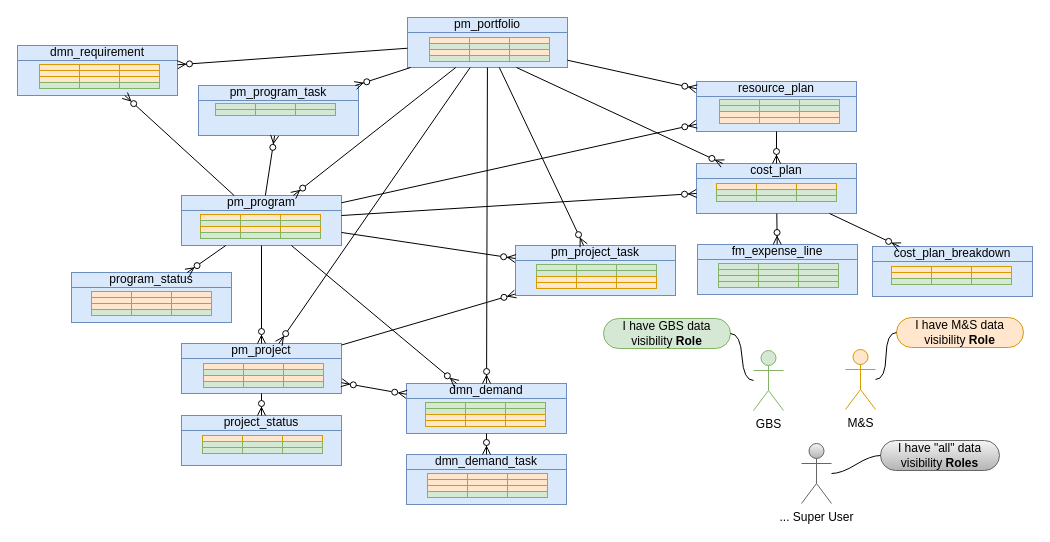
algimas/tmp keeps this draw.io diagram as page "conceptV1" (3 of 10) of JTI_product.drawio. Above is the earlier version. Source tidied: cells renumbered, new cells numbered last; positions are measured from the earlier drawing's top-left corner, leaving out a move shared by most shapes. Both pictures are drawn from the tidied source at 100%, with x=0, y=0 at pixel (17, 17).
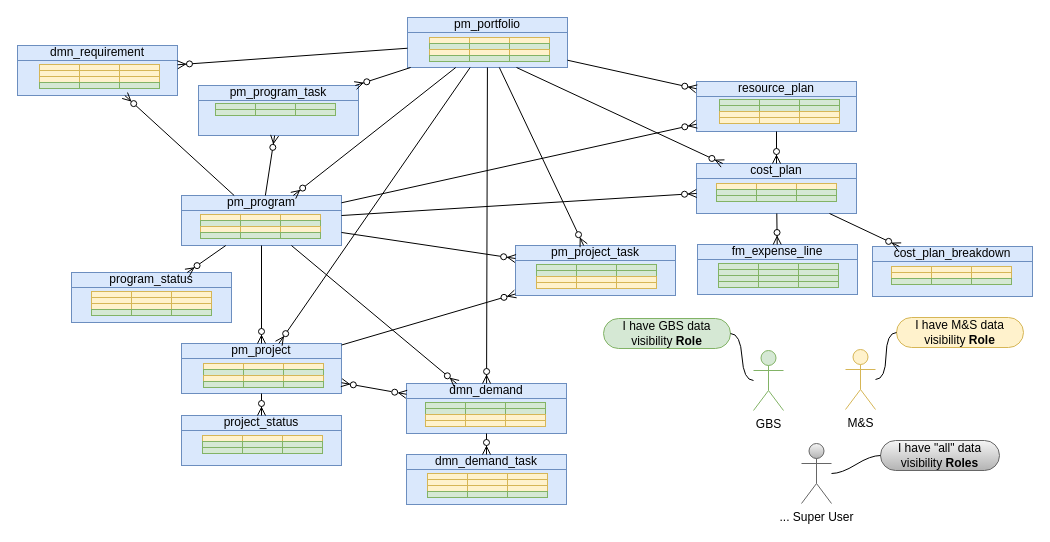
After the change.

What changed in the source:
```diff
@@
-    <mxCell id="40" value="M&amp;amp;S" style="shape=umlActor;verticalLabelPosition=bottom;verticalAlign=top;html=1;outlineConnect=0;fillColor=#ffe6cc;strokeColor=#d79b00;" parent="1" vertex="1">
+    <mxCell id="40" value="M&amp;amp;S" style="shape=umlActor;verticalLabelPosition=bottom;verticalAlign=top;html=1;outlineConnect=0;fillColor=#fff2cc;strokeColor=#d6b656;" parent="1" vertex="1">
       <mxGeometry x="828" y="332" width="30" height="60" as="geometry" />
     </mxCell>
-    <mxCell id="41" value="I have M&amp;amp;S data visibility &lt;b&gt;Role&lt;/b&gt;" style="whiteSpace=wrap;html=1;rounded=1;arcSize=50;align=center;verticalAlign=middle;strokeWidth=1;spacing=4;newEdgeStyle={&quot;edgeStyle&quot;:&quot;entityRelationEdgeStyle&quot;,&quot;startArrow&quot;:&quot;none&quot;,&quot;endArrow&quot;:&quot;none&quot;,&quot;segment&quot;:10,&quot;curved&quot;:1,&quot;sourcePerimeterSpacing&quot;:0,&quot;targetPerimeterSpacing&quot;:0};fillColor=#ffe6cc;strokeColor=#d79b00;" parent="1" vertex="1">
+    <mxCell id="41" value="I have M&amp;amp;S data visibility &lt;b&gt;Role&lt;/b&gt;" style="whiteSpace=wrap;html=1;rounded=1;arcSize=50;align=center;verticalAlign=middle;strokeWidth=1;spacing=4;newEdgeStyle={&quot;edgeStyle&quot;:&quot;entityRelationEdgeStyle&quot;,&quot;startArrow&quot;:&quot;none&quot;,&quot;endArrow&quot;:&quot;none&quot;,&quot;segment&quot;:10,&quot;curved&quot;:1,&quot;sourcePerimeterSpacing&quot;:0,&quot;targetPerimeterSpacing&quot;:0};fillColor=#fff2cc;strokeColor=#d6b656;" parent="1" vertex="1">
       <mxGeometry x="879" y="300" width="127" height="30" as="geometry" />
     </mxCell>
@@
-    <mxCell id="48" style="shape=process;whiteSpace=wrap;html=1;backgroundOutline=1;size=0.33214285714285646;fillColor=#ffe6cc;strokeColor=#d79b00;" parent="1" vertex="1">
+    <mxCell id="48" style="shape=process;whiteSpace=wrap;html=1;backgroundOutline=1;size=0.33214285714285646;fillColor=#fff2cc;strokeColor=#d6b656;" parent="1" vertex="1">
       <mxGeometry x="186" y="346" width="120" height="6" as="geometry" />
     </mxCell>
@@
-    <mxCell id="50" style="shape=process;whiteSpace=wrap;html=1;backgroundOutline=1;size=0.33214285714285646;fillColor=#ffe6cc;strokeColor=#d79b00;" parent="1" vertex="1">
+    <mxCell id="50" style="shape=process;whiteSpace=wrap;html=1;backgroundOutline=1;size=0.33214285714285646;fillColor=#fff2cc;strokeColor=#d6b656;" parent="1" vertex="1">
       <mxGeometry x="186" y="358" width="120" height="6" as="geometry" />
     </mxCell>
@@
-    <mxCell id="52" style="shape=process;whiteSpace=wrap;html=1;backgroundOutline=1;size=0.33214285714285646;fillColor=#ffe6cc;strokeColor=#d79b00;" parent="1" vertex="1">
+    <mxCell id="52" style="shape=process;whiteSpace=wrap;html=1;backgroundOutline=1;size=0.33214285714285646;fillColor=#fff2cc;strokeColor=#d6b656;" parent="1" vertex="1">
       <mxGeometry x="183" y="197" width="120" height="6" as="geometry" />
     </mxCell>
@@
-    <mxCell id="54" style="shape=process;whiteSpace=wrap;html=1;backgroundOutline=1;size=0.33214285714285646;fillColor=#ffe6cc;strokeColor=#d79b00;" parent="1" vertex="1">
+    <mxCell id="54" style="shape=process;whiteSpace=wrap;html=1;backgroundOutline=1;size=0.33214285714285646;fillColor=#fff2cc;strokeColor=#d6b656;" parent="1" vertex="1">
       <mxGeometry x="183" y="209" width="120" height="6" as="geometry" />
     </mxCell>
@@
-    <mxCell id="56" style="shape=process;whiteSpace=wrap;html=1;backgroundOutline=1;size=0.33214285714285646;fillColor=#ffe6cc;strokeColor=#d79b00;" parent="1" vertex="1">
+    <mxCell id="56" style="shape=process;whiteSpace=wrap;html=1;backgroundOutline=1;size=0.33214285714285646;fillColor=#fff2cc;strokeColor=#d6b656;" parent="1" vertex="1">
       <mxGeometry x="412" y="20" width="120" height="6" as="geometry" />
     </mxCell>
@@
-    <mxCell id="58" style="shape=process;whiteSpace=wrap;html=1;backgroundOutline=1;size=0.33214285714285646;fillColor=#ffe6cc;strokeColor=#d79b00;" parent="1" vertex="1">
+    <mxCell id="58" style="shape=process;whiteSpace=wrap;html=1;backgroundOutline=1;size=0.33214285714285646;fillColor=#fff2cc;strokeColor=#d6b656;" parent="1" vertex="1">
       <mxGeometry x="412" y="32" width="120" height="6" as="geometry" />
     </mxCell>
@@
-    <mxCell id="60" style="shape=process;whiteSpace=wrap;html=1;backgroundOutline=1;size=0.33214285714285646;fillColor=#ffe6cc;strokeColor=#d79b00;" parent="1" vertex="1">
+    <mxCell id="60" style="shape=process;whiteSpace=wrap;html=1;backgroundOutline=1;size=0.33214285714285646;fillColor=#fff2cc;strokeColor=#d6b656;" parent="1" vertex="1">
       <mxGeometry x="410" y="456" width="120" height="6" as="geometry" />
     </mxCell>
-    <mxCell id="61" style="shape=process;whiteSpace=wrap;html=1;backgroundOutline=1;size=0.33214285714285646;fillColor=#ffe6cc;strokeColor=#d79b00;" parent="1" vertex="1">
+    <mxCell id="61" style="shape=process;whiteSpace=wrap;html=1;backgroundOutline=1;size=0.33214285714285646;fillColor=#fff2cc;strokeColor=#d6b656;" parent="1" vertex="1">
       <mxGeometry x="410" y="462" width="120" height="6" as="geometry" />
     </mxCell>
-    <mxCell id="62" style="shape=process;whiteSpace=wrap;html=1;backgroundOutline=1;size=0.33214285714285646;fillColor=#ffe6cc;strokeColor=#d79b00;" parent="1" vertex="1">
+    <mxCell id="62" style="shape=process;whiteSpace=wrap;html=1;backgroundOutline=1;size=0.33214285714285646;fillColor=#fff2cc;strokeColor=#d6b656;" parent="1" vertex="1">
       <mxGeometry x="410" y="468" width="120" height="6" as="geometry" />
     </mxCell>
@@
-    <mxCell id="64" style="shape=process;whiteSpace=wrap;html=1;backgroundOutline=1;size=0.33214285714285646;fillColor=#ffe6cc;strokeColor=#d79b00;" parent="1" vertex="1">
+    <mxCell id="64" style="shape=process;whiteSpace=wrap;html=1;backgroundOutline=1;size=0.33214285714285646;fillColor=#fff2cc;strokeColor=#d6b656;" parent="1" vertex="1">
       <mxGeometry x="74" y="274" width="120" height="6" as="geometry" />
     </mxCell>
-    <mxCell id="65" style="shape=process;whiteSpace=wrap;html=1;backgroundOutline=1;size=0.33214285714285646;fillColor=#ffe6cc;strokeColor=#d79b00;" parent="1" vertex="1">
+    <mxCell id="65" style="shape=process;whiteSpace=wrap;html=1;backgroundOutline=1;size=0.33214285714285646;fillColor=#fff2cc;strokeColor=#d6b656;" parent="1" vertex="1">
       <mxGeometry x="74" y="280" width="120" height="6" as="geometry" />
     </mxCell>
-    <mxCell id="66" style="shape=process;whiteSpace=wrap;html=1;backgroundOutline=1;size=0.33214285714285646;fillColor=#ffe6cc;strokeColor=#d79b00;" parent="1" vertex="1">
+    <mxCell id="66" style="shape=process;whiteSpace=wrap;html=1;backgroundOutline=1;size=0.33214285714285646;fillColor=#fff2cc;strokeColor=#d6b656;" parent="1" vertex="1">
       <mxGeometry x="74" y="286" width="120" height="6" as="geometry" />
     </mxCell>
@@
-    <mxCell id="68" style="shape=process;whiteSpace=wrap;html=1;backgroundOutline=1;size=0.33214285714285646;fillColor=#ffe6cc;strokeColor=#d79b00;" parent="1" vertex="1">
+    <mxCell id="68" style="shape=process;whiteSpace=wrap;html=1;backgroundOutline=1;size=0.33214285714285646;fillColor=#fff2cc;strokeColor=#d6b656;" parent="1" vertex="1">
       <mxGeometry x="22" y="47" width="120" height="6" as="geometry" />
     </mxCell>
-    <mxCell id="69" style="shape=process;whiteSpace=wrap;html=1;backgroundOutline=1;size=0.33214285714285646;fillColor=#ffe6cc;strokeColor=#d79b00;" parent="1" vertex="1">
+    <mxCell id="69" style="shape=process;whiteSpace=wrap;html=1;backgroundOutline=1;size=0.33214285714285646;fillColor=#fff2cc;strokeColor=#d6b656;" parent="1" vertex="1">
       <mxGeometry x="22" y="53" width="120" height="6" as="geometry" />
     </mxCell>
-    <mxCell id="70" style="shape=process;whiteSpace=wrap;html=1;backgroundOutline=1;size=0.33214285714285646;fillColor=#ffe6cc;strokeColor=#d79b00;" parent="1" vertex="1">
+    <mxCell id="70" style="shape=process;whiteSpace=wrap;html=1;backgroundOutline=1;size=0.33214285714285646;fillColor=#fff2cc;strokeColor=#d6b656;" parent="1" vertex="1">
       <mxGeometry x="22" y="59" width="120" height="6" as="geometry" />
     </mxCell>
@@
-    <mxCell id="72" style="shape=process;whiteSpace=wrap;html=1;backgroundOutline=1;size=0.33214285714285646;fillColor=#ffe6cc;strokeColor=#d79b00;" parent="1" vertex="1">
+    <mxCell id="72" style="shape=process;whiteSpace=wrap;html=1;backgroundOutline=1;size=0.33214285714285646;fillColor=#fff2cc;strokeColor=#d6b656;" parent="1" vertex="1">
       <mxGeometry x="874" y="249" width="120" height="6" as="geometry" />
     </mxCell>
-    <mxCell id="73" style="shape=process;whiteSpace=wrap;html=1;backgroundOutline=1;size=0.33214285714285646;fillColor=#ffe6cc;strokeColor=#d79b00;" parent="1" vertex="1">
+    <mxCell id="73" style="shape=process;whiteSpace=wrap;html=1;backgroundOutline=1;size=0.33214285714285646;fillColor=#fff2cc;strokeColor=#d6b656;" parent="1" vertex="1">
       <mxGeometry x="874" y="255" width="120" height="6" as="geometry" />
     </mxCell>
@@
-    <mxCell id="75" style="shape=process;whiteSpace=wrap;html=1;backgroundOutline=1;size=0.33214285714285646;fillColor=#ffe6cc;strokeColor=#d79b00;" parent="1" vertex="1">
+    <mxCell id="75" style="shape=process;whiteSpace=wrap;html=1;backgroundOutline=1;size=0.33214285714285646;fillColor=#fff2cc;strokeColor=#d6b656;" parent="1" vertex="1">
       <mxGeometry x="699" y="166" width="120" height="6" as="geometry" />
     </mxCell>
@@
-    <mxCell id="78" style="shape=process;whiteSpace=wrap;html=1;backgroundOutline=1;size=0.33214285714285646;fillColor=#ffe6cc;strokeColor=#d79b00;" parent="1" vertex="1">
+    <mxCell id="78" style="shape=process;whiteSpace=wrap;html=1;backgroundOutline=1;size=0.33214285714285646;fillColor=#fff2cc;strokeColor=#d6b656;" parent="1" vertex="1">
       <mxGeometry x="185" y="418" width="120" height="6" as="geometry" />
     </mxCell>
@@
-    <mxCell id="87" style="shape=process;whiteSpace=wrap;html=1;backgroundOutline=1;size=0.33214285714285646;fillColor=#ffe6cc;strokeColor=#d79b00;" parent="1" vertex="1">
+    <mxCell id="87" style="shape=process;whiteSpace=wrap;html=1;backgroundOutline=1;size=0.33214285714285646;fillColor=#fff2cc;strokeColor=#d6b656;" parent="1" vertex="1">
       <mxGeometry x="408" y="397" width="120" height="6" as="geometry" />
     </mxCell>
-    <mxCell id="88" style="shape=process;whiteSpace=wrap;html=1;backgroundOutline=1;size=0.33214285714285646;fillColor=#ffe6cc;strokeColor=#d79b00;" parent="1" vertex="1">
+    <mxCell id="88" style="shape=process;whiteSpace=wrap;html=1;backgroundOutline=1;size=0.33214285714285646;fillColor=#fff2cc;strokeColor=#d6b656;" parent="1" vertex="1">
       <mxGeometry x="408" y="403" width="120" height="6" as="geometry" />
     </mxCell>
@@
-    <mxCell id="91" style="shape=process;whiteSpace=wrap;html=1;backgroundOutline=1;size=0.33214285714285646;fillColor=#ffe6cc;strokeColor=#d79b00;" parent="1" vertex="1">
+    <mxCell id="91" style="shape=process;whiteSpace=wrap;html=1;backgroundOutline=1;size=0.33214285714285646;fillColor=#fff2cc;strokeColor=#d6b656;" parent="1" vertex="1">
       <mxGeometry x="519" y="259" width="120" height="6" as="geometry" />
     </mxCell>
-    <mxCell id="92" style="shape=process;whiteSpace=wrap;html=1;backgroundOutline=1;size=0.33214285714285646;fillColor=#ffe6cc;strokeColor=#d79b00;" parent="1" vertex="1">
+    <mxCell id="92" style="shape=process;whiteSpace=wrap;html=1;backgroundOutline=1;size=0.33214285714285646;fillColor=#fff2cc;strokeColor=#d6b656;" parent="1" vertex="1">
       <mxGeometry x="519" y="265" width="120" height="6" as="geometry" />
     </mxCell>
@@
-    <mxCell id="95" style="shape=process;whiteSpace=wrap;html=1;backgroundOutline=1;size=0.33214285714285646;fillColor=#ffe6cc;strokeColor=#d79b00;" parent="1" vertex="1">
+    <mxCell id="95" style="shape=process;whiteSpace=wrap;html=1;backgroundOutline=1;size=0.33214285714285646;fillColor=#fff2cc;strokeColor=#d6b656;" parent="1" vertex="1">
       <mxGeometry x="702" y="94" width="120" height="6" as="geometry" />
     </mxCell>
-    <mxCell id="96" style="shape=process;whiteSpace=wrap;html=1;backgroundOutline=1;size=0.33214285714285646;fillColor=#ffe6cc;strokeColor=#d79b00;" parent="1" vertex="1">
+    <mxCell id="96" style="shape=process;whiteSpace=wrap;html=1;backgroundOutline=1;size=0.33214285714285646;fillColor=#fff2cc;strokeColor=#d6b656;" parent="1" vertex="1">
       <mxGeometry x="702" y="100" width="120" height="6" as="geometry" />
     </mxCell>
```
